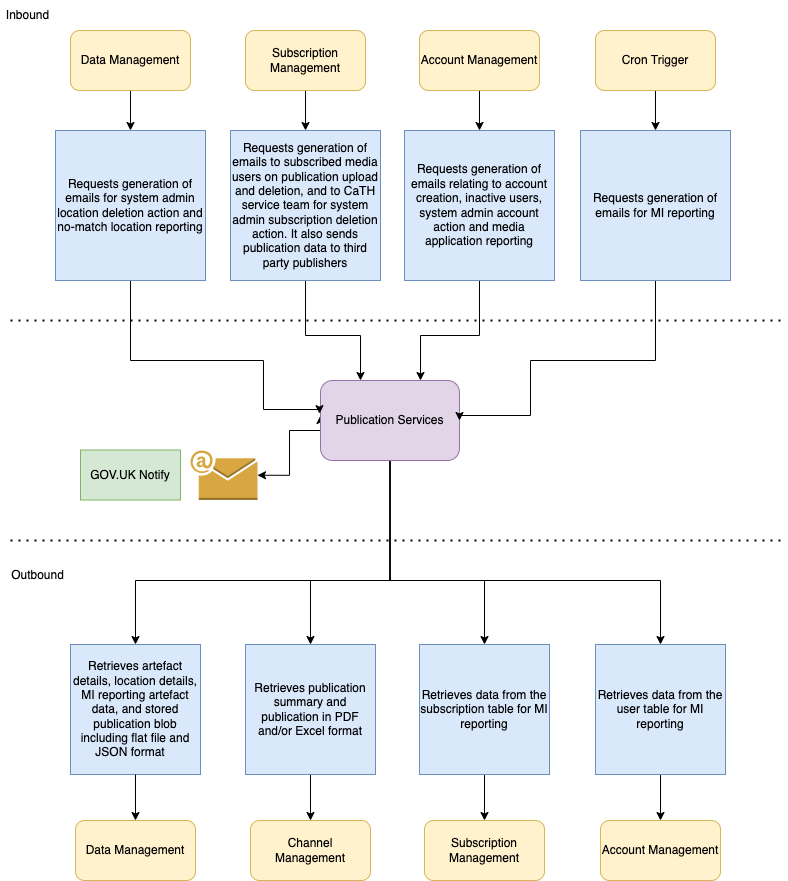
Before: publication-services-arch.png, a diagram exported from draw.io (hmcts/pip-publication-services). Source tidied: cells renumbered, new cells last; positions are measured from the earlier drawing's top-left corner, leaving out a move shared by most shapes. Source of this version:
```xml
<mxGraphModel>
  <root>
    <mxCell id="0" />
    <mxCell id="1" parent="0" />
    <mxCell id="2" style="edgeStyle=orthogonalEdgeStyle;rounded=0;jettySize=auto;html=1;exitX=0;exitY=0.5;exitDx=0;exitDy=0;" parent="1" edge="1" source="8">
      <mxGeometry relative="1" as="geometry">
        <mxPoint x="320" y="415" as="targetPoint" />
      </mxGeometry>
    </mxCell>
    <mxCell id="3" style="edgeStyle=orthogonalEdgeStyle;rounded=0;jettySize=auto;html=1;entryX=1;entryY=0.5;entryDx=0;entryDy=0;entryPerimeter=0;" parent="1" edge="1" source="8" target="34">
      <mxGeometry relative="1" as="geometry">
        <Array as="points">
          <mxPoint x="289" y="430" />
          <mxPoint x="289" y="475" />
        </Array>
      </mxGeometry>
    </mxCell>
    <mxCell id="4" style="edgeStyle=orthogonalEdgeStyle;rounded=0;jettySize=auto;html=1;" parent="1" edge="1" source="8" target="14">
      <mxGeometry relative="1" as="geometry">
        <Array as="points">
          <mxPoint x="390" y="580" />
          <mxPoint x="310" y="580" />
        </Array>
      </mxGeometry>
    </mxCell>
    <mxCell id="5" style="edgeStyle=orthogonalEdgeStyle;rounded=0;jettySize=auto;html=1;" parent="1" edge="1" source="8" target="38">
      <mxGeometry relative="1" as="geometry">
        <Array as="points">
          <mxPoint x="390" y="580" />
          <mxPoint x="484" y="580" />
        </Array>
      </mxGeometry>
    </mxCell>
    <mxCell id="6" style="edgeStyle=orthogonalEdgeStyle;rounded=0;jettySize=auto;html=1;" parent="1" edge="1" source="8" target="40">
      <mxGeometry relative="1" as="geometry">
        <Array as="points">
          <mxPoint x="390" y="580" />
          <mxPoint x="660" y="580" />
        </Array>
      </mxGeometry>
    </mxCell>
    <mxCell id="7" style="edgeStyle=orthogonalEdgeStyle;rounded=0;jettySize=auto;html=1;" parent="1" edge="1" source="8" target="12">
      <mxGeometry relative="1" as="geometry">
        <Array as="points">
          <mxPoint x="390" y="580" />
          <mxPoint x="135" y="580" />
        </Array>
      </mxGeometry>
    </mxCell>
    <mxCell id="8" value="Publication Services&lt;br&gt;" style="rounded=1;whiteSpace=wrap;html=1;fillColor=#e1d5e7;strokeColor=#9673a6;" parent="1" vertex="1">
      <mxGeometry x="320" y="380" width="139" height="80" as="geometry" />
    </mxCell>
    <mxCell id="9" value="GOV.UK Notify" style="rounded=0;whiteSpace=wrap;html=1;fillColor=#d5e8d4;strokeColor=#82b366;" parent="1" vertex="1">
      <mxGeometry x="80" y="449.5" width="100" height="50" as="geometry" />
    </mxCell>
    <mxCell id="10" value="Data Management" style="rounded=1;whiteSpace=wrap;html=1;fillColor=#fff2cc;strokeColor=#d6b656;" parent="1" vertex="1">
      <mxGeometry x="75" y="820" width="120" height="60" as="geometry" />
    </mxCell>
    <mxCell id="11" value="Channel Management" style="rounded=1;whiteSpace=wrap;html=1;fillColor=#fff2cc;strokeColor=#d6b656;" parent="1" vertex="1">
      <mxGeometry x="250" y="820" width="120" height="60" as="geometry" />
    </mxCell>
    <mxCell id="12" value="Retrieves artefact details, location details, MI reporting artefact data, and stored publication blob including flat file and JSON format&amp;nbsp; &amp;nbsp;" style="whiteSpace=wrap;html=1;fillColor=#dae8fc;strokeColor=#6c8ebf;" parent="1" vertex="1">
      <mxGeometry x="70" y="644" width="130" height="130" as="geometry" />
    </mxCell>
    <mxCell id="13" style="edgeStyle=orthogonalEdgeStyle;rounded=0;jettySize=auto;html=1;entryX=0.5;entryY=0;entryDx=0;entryDy=0;" parent="1" edge="1" source="14" target="11">
      <mxGeometry relative="1" as="geometry" />
    </mxCell>
    <mxCell id="14" value="Retrieves publication summary and publication in PDF and/or Excel format" style="whiteSpace=wrap;html=1;fillColor=#dae8fc;strokeColor=#6c8ebf;" parent="1" vertex="1">
      <mxGeometry x="245" y="644" width="130" height="130" as="geometry" />
    </mxCell>
    <mxCell id="15" style="endArrow=classic;html=1;rounded=0;exitX=0.5;exitY=1;exitDx=0;exitDy=0;entryX=0.5;entryY=0;entryDx=0;entryDy=0;" parent="1" edge="1" source="12" target="10">
      <mxGeometry relative="1" as="geometry" />
    </mxCell>
    <mxCell id="16" style="edgeStyle=orthogonalEdgeStyle;rounded=0;jettySize=auto;html=1;" parent="1" edge="1" source="17" target="19">
      <mxGeometry relative="1" as="geometry" />
    </mxCell>
    <mxCell id="17" value="Subscription Management" style="rounded=1;whiteSpace=wrap;html=1;fillColor=#fff2cc;strokeColor=#d6b656;" parent="1" vertex="1">
      <mxGeometry x="245" y="30" width="120" height="60" as="geometry" />
    </mxCell>
    <mxCell id="18" style="edgeStyle=orthogonalEdgeStyle;rounded=0;jettySize=auto;html=1;" parent="1" edge="1" source="19">
      <mxGeometry relative="1" as="geometry">
        <mxPoint x="360" y="380" as="targetPoint" />
        <Array as="points">
          <mxPoint x="305" y="335" />
          <mxPoint x="360" y="335" />
        </Array>
      </mxGeometry>
    </mxCell>
    <mxCell id="19" value="Requests generation of emails to subscribed media users on publication upload and deletion, and to CaTH service team for system admin subscription deletion action. It also sends publication data to third party publishers" style="whiteSpace=wrap;html=1;fillColor=#dae8fc;strokeColor=#6c8ebf;" parent="1" vertex="1">
      <mxGeometry x="230" y="130" width="150" height="150" as="geometry" />
    </mxCell>
    <mxCell id="20" style="edgeStyle=orthogonalEdgeStyle;rounded=0;jettySize=auto;html=1;" parent="1" edge="1" source="21" target="23">
      <mxGeometry relative="1" as="geometry" />
    </mxCell>
    <mxCell id="21" value="Data Management" style="rounded=1;whiteSpace=wrap;html=1;fillColor=#fff2cc;strokeColor=#d6b656;" parent="1" vertex="1">
      <mxGeometry x="70" y="30" width="120" height="60" as="geometry" />
    </mxCell>
    <mxCell id="22" style="edgeStyle=orthogonalEdgeStyle;rounded=0;jettySize=auto;html=1;entryX=-0.007;entryY=0.414;entryDx=0;entryDy=0;entryPerimeter=0;" parent="1" edge="1" source="23" target="8">
      <mxGeometry relative="1" as="geometry">
        <Array as="points">
          <mxPoint x="130" y="360" />
          <mxPoint x="263" y="360" />
          <mxPoint x="263" y="409" />
        </Array>
      </mxGeometry>
    </mxCell>
    <mxCell id="23" value="Requests generation of emails for system admin location&amp;nbsp;deletion action and no-match location reporting" style="whiteSpace=wrap;html=1;fillColor=#dae8fc;strokeColor=#6c8ebf;" parent="1" vertex="1">
      <mxGeometry x="55" y="130" width="150" height="150" as="geometry" />
    </mxCell>
    <mxCell id="24" style="edgeStyle=orthogonalEdgeStyle;rounded=0;jettySize=auto;html=1;" parent="1" edge="1" source="25" target="27">
      <mxGeometry relative="1" as="geometry" />
    </mxCell>
    <mxCell id="25" value="Cron Trigger" style="rounded=1;whiteSpace=wrap;html=1;fillColor=#fff2cc;strokeColor=#d6b656;" parent="1" vertex="1">
      <mxGeometry x="595" y="30" width="120" height="60" as="geometry" />
    </mxCell>
    <mxCell id="26" style="edgeStyle=orthogonalEdgeStyle;rounded=0;jettySize=auto;html=1;entryX=1;entryY=0.5;entryDx=0;entryDy=0;" parent="1" edge="1" source="27" target="8">
      <mxGeometry relative="1" as="geometry">
        <Array as="points">
          <mxPoint x="655" y="360" />
          <mxPoint x="530" y="360" />
          <mxPoint x="530" y="415" />
        </Array>
      </mxGeometry>
    </mxCell>
    <mxCell id="27" value="Requests generation of emails for MI reporting" style="whiteSpace=wrap;html=1;fillColor=#dae8fc;strokeColor=#6c8ebf;" parent="1" vertex="1">
      <mxGeometry x="580" y="130" width="150" height="150" as="geometry" />
    </mxCell>
    <mxCell id="28" style="endArrow=none;dashed=1;html=1;dashPattern=1 3;strokeWidth=2;rounded=0;" parent="1" edge="1">
      <mxGeometry relative="1" as="geometry">
        <mxPoint x="10" y="320" as="sourcePoint" />
        <mxPoint x="785" y="320" as="targetPoint" />
      </mxGeometry>
    </mxCell>
    <mxCell id="29" style="endArrow=none;dashed=1;html=1;dashPattern=1 3;strokeWidth=2;rounded=0;" parent="1" edge="1">
      <mxGeometry relative="1" as="geometry">
        <mxPoint x="10" y="540" as="sourcePoint" />
        <mxPoint x="783" y="540" as="targetPoint" />
      </mxGeometry>
    </mxCell>
    <mxCell id="30" value="Outbound" style="text;html=1;strokeColor=none;fillColor=none;align=center;verticalAlign=middle;whiteSpace=wrap;rounded=0;" parent="1" vertex="1">
      <mxGeometry x="10" y="560" width="55" height="30" as="geometry" />
    </mxCell>
    <mxCell id="31" value="Inbound" style="text;html=1;strokeColor=none;fillColor=none;align=center;verticalAlign=middle;whiteSpace=wrap;rounded=0;" parent="1" vertex="1">
      <mxGeometry width="55" height="30" as="geometry" />
    </mxCell>
    <mxCell id="32" value="Subscription Management" style="rounded=1;whiteSpace=wrap;html=1;fillColor=#fff2cc;strokeColor=#d6b656;" parent="1" vertex="1">
      <mxGeometry x="424" y="820" width="120" height="60" as="geometry" />
    </mxCell>
    <mxCell id="33" value="Account Management" style="rounded=1;whiteSpace=wrap;html=1;fillColor=#fff2cc;strokeColor=#d6b656;" parent="1" vertex="1">
      <mxGeometry x="600" y="820" width="120" height="60" as="geometry" />
    </mxCell>
    <mxCell id="34" style="outlineConnect=0;dashed=0;verticalLabelPosition=bottom;verticalAlign=top;align=center;html=1;shape=mxgraph.aws3.email;fillColor=#D9A741;gradientColor=none;" parent="1" vertex="1">
      <mxGeometry x="190" y="450" width="67" height="49.5" as="geometry" />
    </mxCell>
    <mxCell id="35" style="edgeStyle=orthogonalEdgeStyle;rounded=0;jettySize=auto;html=1;" parent="1" edge="1" source="36" target="42">
      <mxGeometry relative="1" as="geometry" />
    </mxCell>
    <mxCell id="36" value="Account Management" style="rounded=1;whiteSpace=wrap;html=1;fillColor=#fff2cc;strokeColor=#d6b656;" parent="1" vertex="1">
      <mxGeometry x="419" y="30" width="120" height="60" as="geometry" />
    </mxCell>
    <mxCell id="37" style="edgeStyle=orthogonalEdgeStyle;rounded=0;jettySize=auto;html=1;entryX=0.5;entryY=0;entryDx=0;entryDy=0;" parent="1" edge="1" source="38" target="32">
      <mxGeometry relative="1" as="geometry" />
    </mxCell>
    <mxCell id="38" value="Retrieves data from the subscription table for MI reporting" style="whiteSpace=wrap;html=1;fillColor=#dae8fc;strokeColor=#6c8ebf;" parent="1" vertex="1">
      <mxGeometry x="419" y="644" width="130" height="130" as="geometry" />
    </mxCell>
    <mxCell id="39" style="edgeStyle=orthogonalEdgeStyle;rounded=0;jettySize=auto;html=1;" parent="1" edge="1" source="40" target="33">
      <mxGeometry relative="1" as="geometry" />
    </mxCell>
    <mxCell id="40" value="Retrieves data from the user table for MI reporting" style="whiteSpace=wrap;html=1;fillColor=#dae8fc;strokeColor=#6c8ebf;" parent="1" vertex="1">
      <mxGeometry x="595" y="644" width="130" height="130" as="geometry" />
    </mxCell>
    <mxCell id="41" style="edgeStyle=orthogonalEdgeStyle;rounded=0;jettySize=auto;html=1;" parent="1" edge="1" source="42">
      <mxGeometry relative="1" as="geometry">
        <mxPoint x="420" y="380" as="targetPoint" />
        <Array as="points">
          <mxPoint x="479" y="335" />
          <mxPoint x="420" y="335" />
        </Array>
      </mxGeometry>
    </mxCell>
    <mxCell id="42" value="Requests generation of emails relating to account creation, inactive users, system admin account action and media application reporting" style="whiteSpace=wrap;html=1;fillColor=#dae8fc;strokeColor=#6c8ebf;" parent="1" vertex="1">
      <mxGeometry x="404" y="130" width="150" height="150" as="geometry" />
    </mxCell>
  </root>
</mxGraphModel>
```
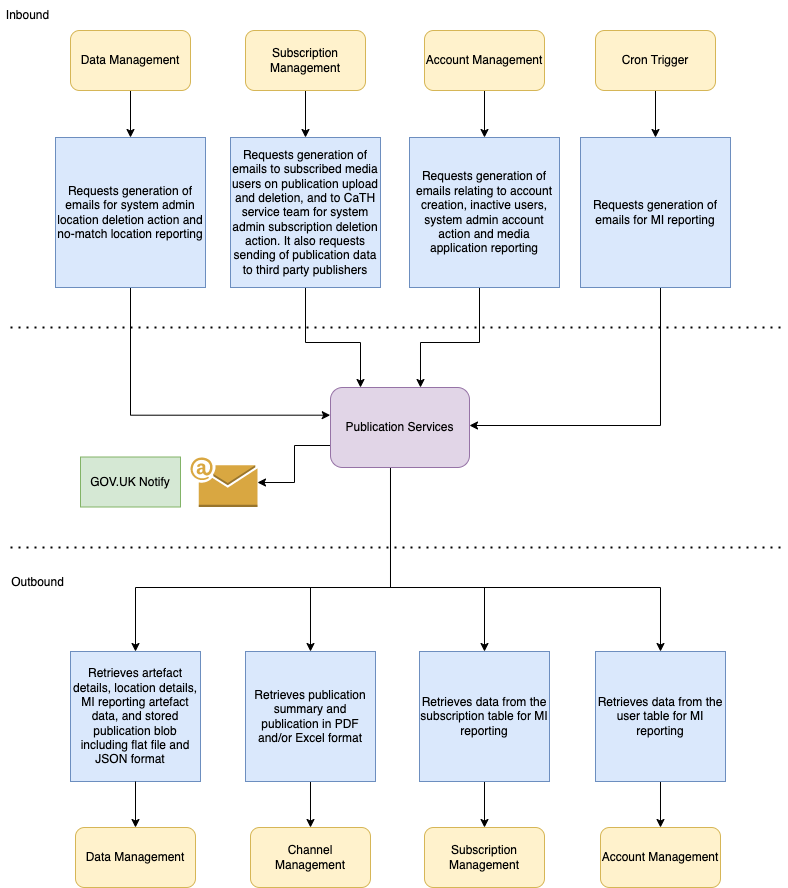
After the change.

The edit, as a diff of the source:
```diff
@@ -1,20 +1,7 @@
-<mxGraphModel>
+<mxGraphModel background="#FFFFFF">
   <root>
     <mxCell id="0" />
     <mxCell id="1" parent="0" />
-    <mxCell id="2" style="edgeStyle=orthogonalEdgeStyle;rounded=0;jettySize=auto;html=1;exitX=0;exitY=0.5;exitDx=0;exitDy=0;" parent="1" edge="1" source="8">
-      <mxGeometry relative="1" as="geometry">
-        <mxPoint x="320" y="415" as="targetPoint" />
-      </mxGeometry>
-    </mxCell>
-    <mxCell id="3" style="edgeStyle=orthogonalEdgeStyle;rounded=0;jettySize=auto;html=1;entryX=1;entryY=0.5;entryDx=0;entryDy=0;entryPerimeter=0;" parent="1" edge="1" source="8" target="34">
-      <mxGeometry relative="1" as="geometry">
-        <Array as="points">
-          <mxPoint x="289" y="430" />
-          <mxPoint x="289" y="475" />
-        </Array>
-      </mxGeometry>
-    </mxCell>
     <mxCell id="4" style="edgeStyle=orthogonalEdgeStyle;rounded=0;jettySize=auto;html=1;" parent="1" edge="1" source="8" target="14">
       <mxGeometry relative="1" as="geometry">
         <Array as="points">
@@ -47,8 +34,16 @@
         </Array>
       </mxGeometry>
     </mxCell>
+    <mxCell id="3" style="edgeStyle=orthogonalEdgeStyle;rounded=0;jettySize=auto;html=1;" parent="1" edge="1" source="8" target="34">
+      <mxGeometry relative="1" as="geometry">
+        <Array as="points">
+          <mxPoint x="294" y="438" />
+          <mxPoint x="294" y="475" />
+        </Array>
+      </mxGeometry>
+    </mxCell>
     <mxCell id="8" value="Publication Services&lt;br&gt;" style="rounded=1;whiteSpace=wrap;html=1;fillColor=#e1d5e7;strokeColor=#9673a6;" parent="1" vertex="1">
-      <mxGeometry x="320" y="380" width="139" height="80" as="geometry" />
+      <mxGeometry x="330" y="380" width="139" height="80" as="geometry" />
     </mxCell>
     <mxCell id="9" value="GOV.UK Notify" style="rounded=0;whiteSpace=wrap;html=1;fillColor=#d5e8d4;strokeColor=#82b366;" parent="1" vertex="1">
       <mxGeometry x="80" y="449.5" width="100" height="50" as="geometry" />
@@ -75,7 +70,7 @@
       <mxGeometry relative="1" as="geometry" />
     </mxCell>
     <mxCell id="17" value="Subscription Management" style="rounded=1;whiteSpace=wrap;html=1;fillColor=#fff2cc;strokeColor=#d6b656;" parent="1" vertex="1">
-      <mxGeometry x="245" y="30" width="120" height="60" as="geometry" />
+      <mxGeometry x="245" y="23" width="120" height="60" as="geometry" />
     </mxCell>
     <mxCell id="18" style="edgeStyle=orthogonalEdgeStyle;rounded=0;jettySize=auto;html=1;" parent="1" edge="1" source="19">
       <mxGeometry relative="1" as="geometry">
@@ -86,21 +81,19 @@
         </Array>
       </mxGeometry>
     </mxCell>
-    <mxCell id="19" value="Requests generation of emails to subscribed media users on publication upload and deletion, and to CaTH service team for system admin subscription deletion action. It also sends publication data to third party publishers" style="whiteSpace=wrap;html=1;fillColor=#dae8fc;strokeColor=#6c8ebf;" parent="1" vertex="1">
+    <mxCell id="19" value="Requests generation of emails to subscribed media users on publication upload and deletion, and to CaTH service team for system admin subscription deletion action. It also requests sending of publication data to third party publishers" style="whiteSpace=wrap;html=1;fillColor=#dae8fc;strokeColor=#6c8ebf;" parent="1" vertex="1">
       <mxGeometry x="230" y="130" width="150" height="150" as="geometry" />
     </mxCell>
     <mxCell id="20" style="edgeStyle=orthogonalEdgeStyle;rounded=0;jettySize=auto;html=1;" parent="1" edge="1" source="21" target="23">
       <mxGeometry relative="1" as="geometry" />
     </mxCell>
     <mxCell id="21" value="Data Management" style="rounded=1;whiteSpace=wrap;html=1;fillColor=#fff2cc;strokeColor=#d6b656;" parent="1" vertex="1">
-      <mxGeometry x="70" y="30" width="120" height="60" as="geometry" />
+      <mxGeometry x="70" y="23" width="120" height="60" as="geometry" />
     </mxCell>
-    <mxCell id="22" style="edgeStyle=orthogonalEdgeStyle;rounded=0;jettySize=auto;html=1;entryX=-0.007;entryY=0.414;entryDx=0;entryDy=0;entryPerimeter=0;" parent="1" edge="1" source="23" target="8">
+    <mxCell id="22" style="edgeStyle=orthogonalEdgeStyle;rounded=0;jettySize=auto;html=1;entryX=-0.002;entryY=0.346;entryDx=0;entryDy=0;entryPerimeter=0;" parent="1" edge="1" source="23" target="8">
       <mxGeometry relative="1" as="geometry">
         <Array as="points">
-          <mxPoint x="130" y="360" />
-          <mxPoint x="263" y="360" />
-          <mxPoint x="263" y="409" />
+          <mxPoint x="130" y="408" />
         </Array>
       </mxGeometry>
     </mxCell>
@@ -111,14 +104,12 @@
       <mxGeometry relative="1" as="geometry" />
     </mxCell>
     <mxCell id="25" value="Cron Trigger" style="rounded=1;whiteSpace=wrap;html=1;fillColor=#fff2cc;strokeColor=#d6b656;" parent="1" vertex="1">
-      <mxGeometry x="595" y="30" width="120" height="60" as="geometry" />
+      <mxGeometry x="595" y="23" width="120" height="60" as="geometry" />
     </mxCell>
-    <mxCell id="26" style="edgeStyle=orthogonalEdgeStyle;rounded=0;jettySize=auto;html=1;entryX=1;entryY=0.5;entryDx=0;entryDy=0;" parent="1" edge="1" source="27" target="8">
+    <mxCell id="26" style="edgeStyle=orthogonalEdgeStyle;rounded=0;jettySize=auto;html=1;" parent="1" edge="1" source="27" target="8">
       <mxGeometry relative="1" as="geometry">
         <Array as="points">
-          <mxPoint x="655" y="360" />
-          <mxPoint x="530" y="360" />
-          <mxPoint x="530" y="415" />
+          <mxPoint x="660" y="418" />
         </Array>
       </mxGeometry>
     </mxCell>
@@ -141,7 +132,7 @@
       <mxGeometry x="10" y="560" width="55" height="30" as="geometry" />
     </mxCell>
     <mxCell id="31" value="Inbound" style="text;html=1;strokeColor=none;fillColor=none;align=center;verticalAlign=middle;whiteSpace=wrap;rounded=0;" parent="1" vertex="1">
-      <mxGeometry width="55" height="30" as="geometry" />
+      <mxGeometry y="-7" width="55" height="30" as="geometry" />
     </mxCell>
     <mxCell id="32" value="Subscription Management" style="rounded=1;whiteSpace=wrap;html=1;fillColor=#fff2cc;strokeColor=#d6b656;" parent="1" vertex="1">
       <mxGeometry x="424" y="820" width="120" height="60" as="geometry" />
@@ -156,7 +147,7 @@
       <mxGeometry relative="1" as="geometry" />
     </mxCell>
     <mxCell id="36" value="Account Management" style="rounded=1;whiteSpace=wrap;html=1;fillColor=#fff2cc;strokeColor=#d6b656;" parent="1" vertex="1">
-      <mxGeometry x="419" y="30" width="120" height="60" as="geometry" />
+      <mxGeometry x="424" y="23" width="120" height="60" as="geometry" />
     </mxCell>
     <mxCell id="37" style="edgeStyle=orthogonalEdgeStyle;rounded=0;jettySize=auto;html=1;entryX=0.5;entryY=0;entryDx=0;entryDy=0;" parent="1" edge="1" source="38" target="32">
       <mxGeometry relative="1" as="geometry" />
@@ -180,7 +171,7 @@
       </mxGeometry>
     </mxCell>
     <mxCell id="42" value="Requests generation of emails relating to account creation, inactive users, system admin account action and media application reporting" style="whiteSpace=wrap;html=1;fillColor=#dae8fc;strokeColor=#6c8ebf;" parent="1" vertex="1">
-      <mxGeometry x="404" y="130" width="150" height="150" as="geometry" />
+      <mxGeometry x="409" y="130" width="150" height="150" as="geometry" />
     </mxCell>
   </root>
 </mxGraphModel>
```
